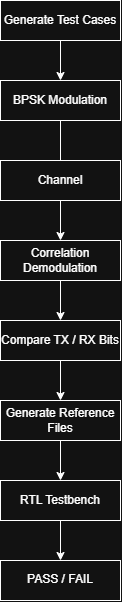
The draw.io diagram docs/diagrams/golden_model.png in Chun241006/BPSK-Verilog-Communication-System, before a commit. Source tidied: cells renumbered, new cells last; positions are measured from the earlier drawing's top-left corner, leaving out a move shared by most shapes.
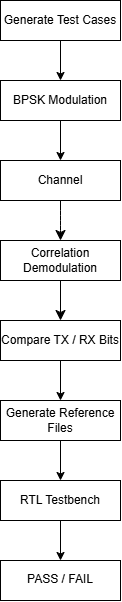
Later version of the same file.

Commit message:
Finalize COS201 report and design diagrams

What changed in the source:
```diff
@@ -1,47 +1,59 @@
-<mxGraphModel>
+<mxGraphModel background="light-dark(#FFFFFF,#FFFFFF)">
   <root>
     <mxCell id="0" />
     <mxCell id="1" parent="0" />
-    <mxCell id="2" style="edgeStyle=orthogonalEdgeStyle;rounded=0;jettySize=auto;html=1;defaultLabelBackgroundColor=page;" parent="1" edge="1" source="3" target="8">
+    <mxCell id="2" style="edgeStyle=orthogonalEdgeStyle;rounded=0;jettySize=auto;html=1;defaultLabelBackgroundColor=page;fontColor=light-dark(#000000,#000000);strokeColor=light-dark(#000000,#000000);" parent="1" edge="1" source="3" target="8">
       <mxGeometry relative="1" as="geometry" />
     </mxCell>
-    <mxCell id="3" value="&lt;div&gt;&lt;p&gt;Generate Test Cases&lt;/p&gt;&lt;/div&gt;&lt;div&gt;&lt;p&gt;&lt;/p&gt;&lt;/div&gt;" style="rounded=0;whiteSpace=wrap;html=1;" parent="1" vertex="1">
+    <mxCell id="3" value="&lt;div&gt;&lt;p&gt;Generate Test Cases&lt;/p&gt;&lt;/div&gt;&lt;div&gt;&lt;p&gt;&lt;/p&gt;&lt;/div&gt;" style="rounded=0;whiteSpace=wrap;html=1;fillColor=light-dark(#FFFFFF,#FFFFFF);strokeColor=light-dark(#000000,#000000);fontColor=light-dark(#000000,#000000);" parent="1" vertex="1">
       <mxGeometry width="120" height="40" as="geometry" />
     </mxCell>
-    <mxCell id="4" value="&lt;div&gt;&lt;p&gt;PASS / FAIL&lt;/p&gt;&lt;/div&gt;&lt;h2&gt;&lt;/h2&gt;" style="rounded=0;whiteSpace=wrap;html=1;" parent="1" vertex="1">
+    <mxCell id="4" value="&lt;div&gt;&lt;p&gt;PASS / FAIL&lt;/p&gt;&lt;/div&gt;&lt;h2&gt;&lt;/h2&gt;" style="rounded=0;whiteSpace=wrap;html=1;fontColor=light-dark(#000000,#000000);fillColor=light-dark(#FFFFFF,#FFFFFF);strokeColor=light-dark(#000000,#000000);" parent="1" vertex="1">
       <mxGeometry y="560" width="120" height="40" as="geometry" />
     </mxCell>
-    <mxCell id="5" style="edgeStyle=orthogonalEdgeStyle;rounded=0;jettySize=auto;html=1;defaultLabelBackgroundColor=page;" parent="1" edge="1" source="6" target="4">
+    <mxCell id="5" style="edgeStyle=orthogonalEdgeStyle;rounded=0;jettySize=auto;html=1;defaultLabelBackgroundColor=page;strokeColor=light-dark(#000000,#000000);" parent="1" edge="1" source="6" target="4">
       <mxGeometry relative="1" as="geometry" />
     </mxCell>
-    <mxCell id="6" value="&lt;div&gt;&lt;p&gt;RTL Testbench&lt;/p&gt;&lt;/div&gt;&lt;div&gt;&lt;p&gt;&lt;/p&gt;&lt;/div&gt;" style="rounded=0;whiteSpace=wrap;html=1;" parent="1" vertex="1">
+    <mxCell id="6" value="&lt;div&gt;&lt;p&gt;RTL Testbench&lt;/p&gt;&lt;/div&gt;&lt;div&gt;&lt;p&gt;&lt;/p&gt;&lt;/div&gt;" style="rounded=0;whiteSpace=wrap;html=1;fontColor=light-dark(#000000,#000000);fillColor=light-dark(#FFFFFF,#FFFFFF);strokeColor=light-dark(#000000,#000000);" parent="1" vertex="1">
       <mxGeometry y="480" width="120" height="40" as="geometry" />
     </mxCell>
-    <mxCell id="7" style="edgeStyle=orthogonalEdgeStyle;rounded=0;jettySize=auto;html=1;defaultLabelBackgroundColor=page;" parent="1" edge="1" source="8" target="11">
+    <mxCell id="7" style="edgeStyle=orthogonalEdgeStyle;rounded=0;jettySize=auto;html=1;defaultLabelBackgroundColor=page;strokeColor=light-dark(#000000,#000000);" parent="1" edge="1" source="8" target="9">
       <mxGeometry relative="1" as="geometry" />
     </mxCell>
-    <mxCell id="8" value="&lt;div&gt;&lt;p&gt;BPSK Modulation&lt;/p&gt;&lt;/div&gt;&lt;div&gt;&lt;p&gt;&lt;/p&gt;&lt;/div&gt;" style="rounded=0;whiteSpace=wrap;html=1;" parent="1" vertex="1">
+    <mxCell id="8" value="&lt;div&gt;&lt;p&gt;BPSK Modulation&lt;/p&gt;&lt;/div&gt;&lt;div&gt;&lt;p&gt;&lt;/p&gt;&lt;/div&gt;" style="rounded=0;whiteSpace=wrap;html=1;fillColor=light-dark(#FFFFFF,#FFFFFF);strokeColor=light-dark(#000000,#000000);fontColor=light-dark(#000000,#000000);" parent="1" vertex="1">
       <mxGeometry y="80" width="120" height="40" as="geometry" />
     </mxCell>
+    <mxCell id="16" style="edgeStyle=none;curved=1;rounded=0;curveGeometry=1;jettySize=auto;html=1;fontSize=12;defaultLabelBackgroundColor=page;startSize=8;endSize=8;strokeColor=light-dark(#000000,#000000);" parent="1" edge="1" source="9" target="11">
+      <mxGeometry x="-0.19" relative="1" as="geometry">
+        <Array as="points">
+          <mxPoint x="60" y="210" />
+          <mxPoint x="60" y="220" />
+          <mxPoint x="60" y="230" />
+        </Array>
+      </mxGeometry>
+    </mxCell>
-    <mxCell id="9" value="Channel" style="rounded=0;whiteSpace=wrap;html=1;" parent="1" vertex="1">
+    <mxCell id="9" value="Channel" style="rounded=0;whiteSpace=wrap;html=1;fontColor=light-dark(#000000,#000000);fillColor=light-dark(#FFFFFF,#FFFFFF);strokeColor=light-dark(#000000,#000000);" parent="1" vertex="1">
       <mxGeometry y="160" width="120" height="40" as="geometry" />
     </mxCell>
     <mxCell id="10" style="edgeStyle=orthogonalEdgeStyle;rounded=0;jettySize=auto;html=1;defaultLabelBackgroundColor=page;" parent="1" edge="1" source="11" target="13">
       <mxGeometry relative="1" as="geometry" />
     </mxCell>
+    <mxCell id="17" style="edgeStyle=none;curved=1;rounded=0;curveGeometry=1;jettySize=auto;html=1;fontSize=12;defaultLabelBackgroundColor=page;startSize=8;endSize=8;strokeColor=light-dark(#000000,#000000);" parent="1" edge="1" source="11" target="13">
+      <mxGeometry relative="1" as="geometry" />
+    </mxCell>
-    <mxCell id="11" value="&lt;div&gt;&lt;p&gt;Correlation Demodulation&lt;/p&gt;&lt;/div&gt;&lt;div&gt;&lt;p&gt;&lt;/p&gt;&lt;/div&gt;" style="rounded=0;whiteSpace=wrap;html=1;" parent="1" vertex="1">
+    <mxCell id="11" value="&lt;div&gt;&lt;p&gt;Correlation Demodulation&lt;/p&gt;&lt;/div&gt;&lt;div&gt;&lt;p&gt;&lt;/p&gt;&lt;/div&gt;" style="rounded=0;whiteSpace=wrap;html=1;strokeColor=light-dark(#000000,#000000);fillColor=light-dark(#FFFFFF,#FFFFFF);fontColor=light-dark(#000000,#000000);" parent="1" vertex="1">
       <mxGeometry y="240" width="120" height="40" as="geometry" />
     </mxCell>
-    <mxCell id="12" style="edgeStyle=orthogonalEdgeStyle;rounded=0;jettySize=auto;html=1;defaultLabelBackgroundColor=page;" parent="1" edge="1" source="13" target="15">
+    <mxCell id="12" style="edgeStyle=orthogonalEdgeStyle;rounded=0;jettySize=auto;html=1;defaultLabelBackgroundColor=page;strokeColor=light-dark(#000000,#000000);" parent="1" edge="1" source="13" target="15">
       <mxGeometry relative="1" as="geometry" />
     </mxCell>
-    <mxCell id="13" value="&lt;div&gt;&lt;p&gt;Compare TX / RX Bits&lt;/p&gt;&lt;/div&gt;&lt;div&gt;&lt;p&gt;&lt;/p&gt;&lt;/div&gt;" style="rounded=0;whiteSpace=wrap;html=1;" parent="1" vertex="1">
+    <mxCell id="13" value="&lt;div&gt;&lt;p&gt;Compare TX / RX Bits&lt;/p&gt;&lt;/div&gt;&lt;div&gt;&lt;p&gt;&lt;/p&gt;&lt;/div&gt;" style="rounded=0;whiteSpace=wrap;html=1;fontColor=light-dark(#000000,#000000);fillColor=light-dark(#FFFFFF,#FFFFFF);strokeColor=light-dark(#000000,#000000);" parent="1" vertex="1">
       <mxGeometry y="320" width="120" height="40" as="geometry" />
     </mxCell>
-    <mxCell id="14" style="edgeStyle=orthogonalEdgeStyle;rounded=0;jettySize=auto;html=1;defaultLabelBackgroundColor=page;" parent="1" edge="1" source="15" target="6">
+    <mxCell id="14" style="edgeStyle=orthogonalEdgeStyle;rounded=0;jettySize=auto;html=1;defaultLabelBackgroundColor=page;strokeColor=light-dark(#000000,#000000);" parent="1" edge="1" source="15" target="6">
       <mxGeometry relative="1" as="geometry" />
     </mxCell>
-    <mxCell id="15" value="&lt;div&gt;&lt;p&gt;Generate Reference Files&lt;/p&gt;&lt;/div&gt;&lt;div&gt;&lt;p&gt;&lt;/p&gt;&lt;/div&gt;" style="rounded=0;whiteSpace=wrap;html=1;" parent="1" vertex="1">
+    <mxCell id="15" value="&lt;div&gt;&lt;p&gt;Generate Reference Files&lt;/p&gt;&lt;/div&gt;&lt;div&gt;&lt;p&gt;&lt;/p&gt;&lt;/div&gt;" style="rounded=0;whiteSpace=wrap;html=1;fillColor=light-dark(#FFFFFF,#FFFFFF);strokeColor=light-dark(#000000,#000000);fontColor=light-dark(#000000,#000000);" parent="1" vertex="1">
       <mxGeometry y="400" width="120" height="40" as="geometry" />
     </mxCell>
   </root>
```
